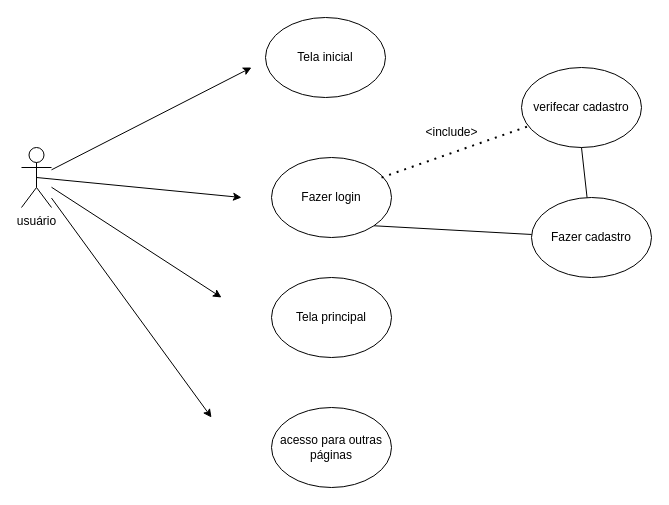
Above: diagramas/diagrama_uso.drawio in pie172/FATEC_PI_2SEM_2023 (draw.io), before the change. Source tidied: cells renumbered, new cells numbered last; positions are measured from the earlier drawing's top-left corner, leaving out a move shared by most shapes. Both pictures are drawn from the tidied source at 100%, with x=0, y=0 at pixel (21, 17).
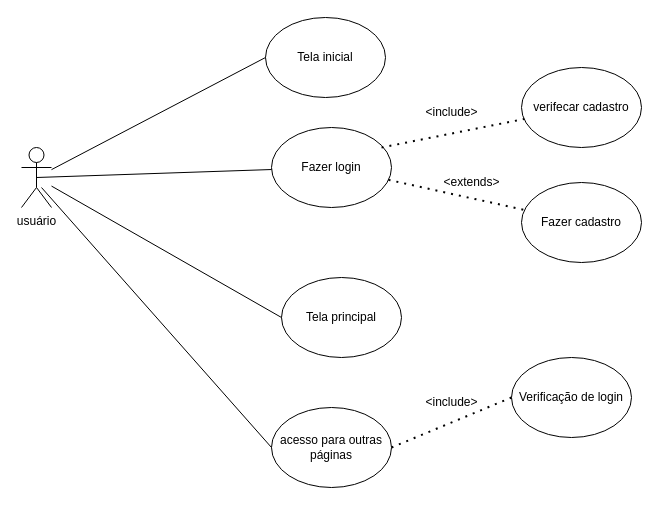
The same diagram, later.

Commit message (it also covers changes not shown here):
atualização do diagrama

Diff of the diagram source:
```diff
@@
 <mxGraphModel>
   <root>
     <mxCell id="0" />
     <mxCell id="1" parent="0" />
     <mxCell id="2" value="Tela inicial" style="ellipse;whiteSpace=wrap;html=1;" parent="1" vertex="1">
       <mxGeometry x="244" width="120" height="80" as="geometry" />
     </mxCell>
     <mxCell id="3" value="Fazer login" style="ellipse;whiteSpace=wrap;html=1;" parent="1" vertex="1">
-      <mxGeometry x="250" y="140" width="120" height="80" as="geometry" />
+      <mxGeometry x="250" y="110" width="120" height="80" as="geometry" />
     </mxCell>
     <mxCell id="4" value="Fazer cadastro" style="ellipse;whiteSpace=wrap;html=1;" parent="1" vertex="1">
-      <mxGeometry x="510" y="180" width="120" height="80" as="geometry" />
+      <mxGeometry x="500" y="165" width="120" height="80" as="geometry" />
     </mxCell>
     <mxCell id="5" value="Tela principal" style="ellipse;whiteSpace=wrap;html=1;" parent="1" vertex="1">
-      <mxGeometry x="250" y="260" width="120" height="80" as="geometry" />
+      <mxGeometry x="260" y="260" width="120" height="80" as="geometry" />
     </mxCell>
     <mxCell id="6" value="usuário" style="shape=umlActor;verticalLabelPosition=bottom;verticalAlign=top;html=1;outlineConnect=0;" parent="1" vertex="1">
       <mxGeometry y="130" width="30" height="60" as="geometry" />
     </mxCell>
     <mxCell id="7" value="acesso para outras páginas" style="ellipse;whiteSpace=wrap;html=1;" parent="1" vertex="1">
       <mxGeometry x="250" y="390" width="120" height="80" as="geometry" />
     </mxCell>
     <mxCell id="8" value="verifecar cadastro" style="ellipse;whiteSpace=wrap;html=1;" parent="1" vertex="1">
       <mxGeometry x="500" y="50" width="120" height="80" as="geometry" />
     </mxCell>
     <mxCell id="9" style="endArrow=none;dashed=1;html=1;dashPattern=1 3;strokeWidth=2;rounded=0;exitX=0.917;exitY=0.25;exitDx=0;exitDy=0;exitPerimeter=0;" parent="1" edge="1" source="3" target="8">
       <mxGeometry relative="1" as="geometry" />
     </mxCell>
     <mxCell id="10" value="&amp;lt;include&amp;gt;" style="text;html=1;align=center;verticalAlign=middle;strokeColor=none;fillColor=none;" parent="1" vertex="1">
-      <mxGeometry x="390" y="100" width="80" height="30" as="geometry" />
+      <mxGeometry x="390" y="80" width="80" height="30" as="geometry" />
     </mxCell>
-    <mxCell id="11" style="endArrow=classic;html=1;rounded=0;" parent="1" edge="1" source="6">
-      <mxGeometry relative="1" as="geometry">
-        <mxPoint x="230" y="50" as="targetPoint" />
-      </mxGeometry>
-    </mxCell>
-    <mxCell id="12" style="endArrow=classic;html=1;rounded=0;exitX=0.5;exitY=0.5;exitDx=0;exitDy=0;exitPerimeter=0;" parent="1" edge="1" source="6">
-      <mxGeometry relative="1" as="geometry">
-        <mxPoint x="220" y="180" as="targetPoint" />
-      </mxGeometry>
-    </mxCell>
-    <mxCell id="13" style="endArrow=classic;html=1;rounded=0;" parent="1" edge="1" source="6">
-      <mxGeometry relative="1" as="geometry">
-        <mxPoint x="200" y="280" as="targetPoint" />
-      </mxGeometry>
-    </mxCell>
-    <mxCell id="14" style="endArrow=classic;html=1;rounded=0;" parent="1" edge="1" source="6">
-      <mxGeometry relative="1" as="geometry">
-        <mxPoint x="190" y="400" as="targetPoint" />
-      </mxGeometry>
-    </mxCell>
-    <mxCell id="15" style="endArrow=none;html=1;rounded=0;entryX=0.5;entryY=1;entryDx=0;entryDy=0;" parent="1" edge="1" source="4" target="8">
-      <mxGeometry relative="1" as="geometry" />
-    </mxCell>
+    <mxCell id="17" value="Verificação de login" style="ellipse;whiteSpace=wrap;html=1;" parent="1" vertex="1">
+      <mxGeometry x="490" y="340" width="120" height="80" as="geometry" />
+    </mxCell>
+    <mxCell id="18" style="endArrow=none;dashed=1;html=1;dashPattern=1 3;strokeWidth=2;rounded=0;exitX=1;exitY=0.5;exitDx=0;exitDy=0;entryX=0;entryY=0.5;entryDx=0;entryDy=0;" parent="1" edge="1" source="7" target="17">
+      <mxGeometry relative="1" as="geometry" />
+    </mxCell>
+    <mxCell id="19" value="&amp;lt;include&amp;gt;" style="text;html=1;align=center;verticalAlign=middle;strokeColor=none;fillColor=none;" parent="1" vertex="1">
+      <mxGeometry x="390" y="370" width="80" height="30" as="geometry" />
+    </mxCell>
+    <mxCell id="20" style="endArrow=none;html=1;rounded=0;entryX=0;entryY=0.5;entryDx=0;entryDy=0;" parent="1" edge="1" source="6" target="2">
+      <mxGeometry relative="1" as="geometry" />
+    </mxCell>
+    <mxCell id="21" style="endArrow=none;html=1;rounded=0;exitX=0.5;exitY=0.5;exitDx=0;exitDy=0;exitPerimeter=0;" parent="1" edge="1" source="6" target="3">
+      <mxGeometry relative="1" as="geometry" />
+    </mxCell>
+    <mxCell id="22" style="endArrow=none;html=1;rounded=0;entryX=0;entryY=0.5;entryDx=0;entryDy=0;" parent="1" edge="1" source="6" target="5">
+      <mxGeometry relative="1" as="geometry" />
+    </mxCell>
+    <mxCell id="23" style="endArrow=none;html=1;rounded=0;entryX=0.667;entryY=0.667;entryDx=0;entryDy=0;entryPerimeter=0;exitX=0;exitY=0.5;exitDx=0;exitDy=0;" parent="1" edge="1" source="7" target="6">
+      <mxGeometry relative="1" as="geometry" />
+    </mxCell>
-    <mxCell id="16" style="endArrow=none;html=1;rounded=0;exitX=1;exitY=1;exitDx=0;exitDy=0;" parent="1" edge="1" source="3" target="4">
+    <mxCell id="16" style="endArrow=none;dashed=1;html=1;dashPattern=1 3;strokeWidth=2;rounded=0;" parent="1" edge="1" source="3" target="4">
       <mxGeometry relative="1" as="geometry" />
     </mxCell>
+    <mxCell id="24" value="&amp;lt;extends&amp;gt;" style="text;html=1;align=center;verticalAlign=middle;strokeColor=none;fillColor=none;" parent="1" vertex="1">
+      <mxGeometry x="410" y="150" width="80" height="30" as="geometry" />
+    </mxCell>
   </root>
 </mxGraphModel>
```
